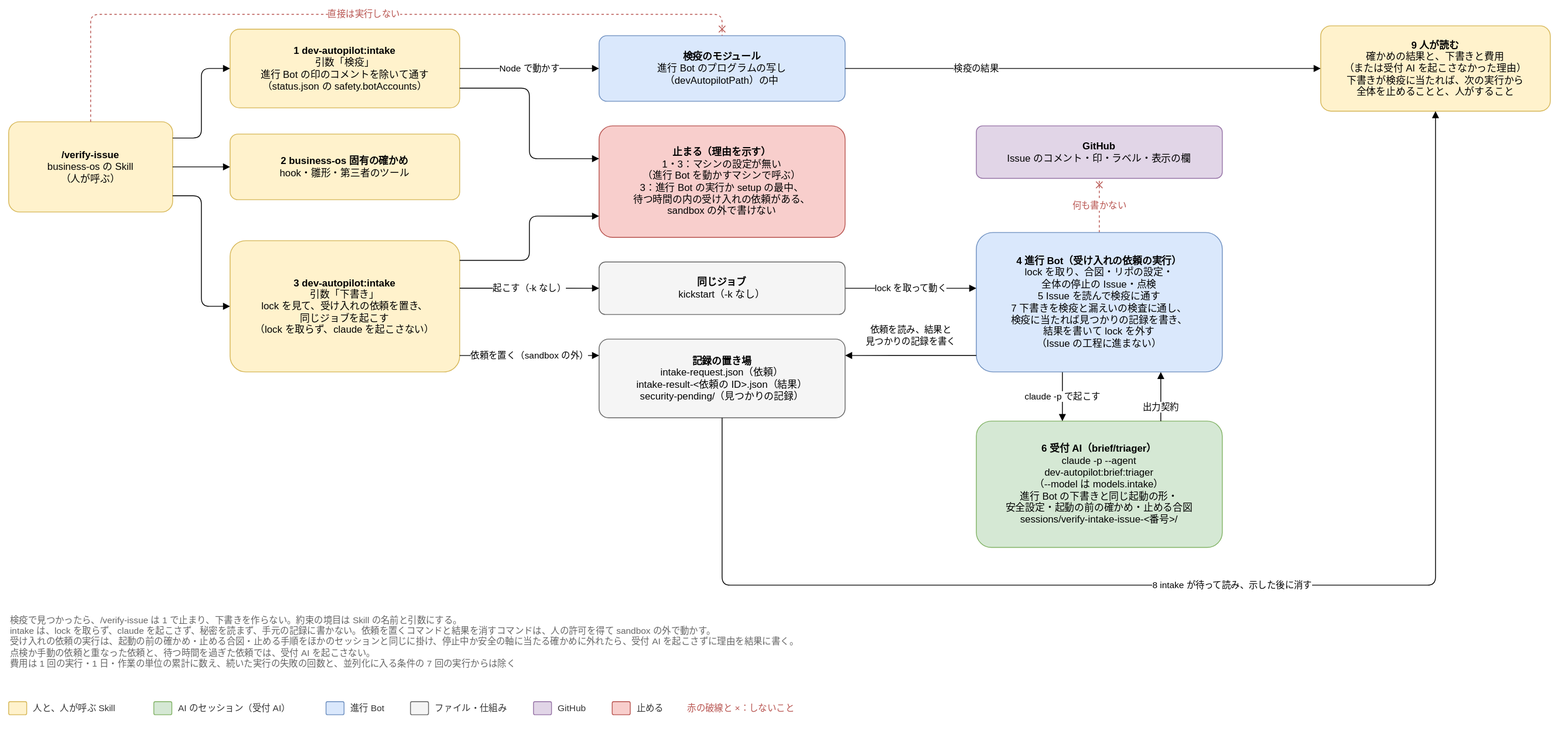
Above: docs/design/basic/diagrams/03-human-intake.drawio.svg in Joymerrevent/dev-autopilot (draw.io), before the change. Source tidied: cells renumbered, new cells last; positions are measured from the earlier drawing's top-left corner, leaving out a move shared by most shapes.
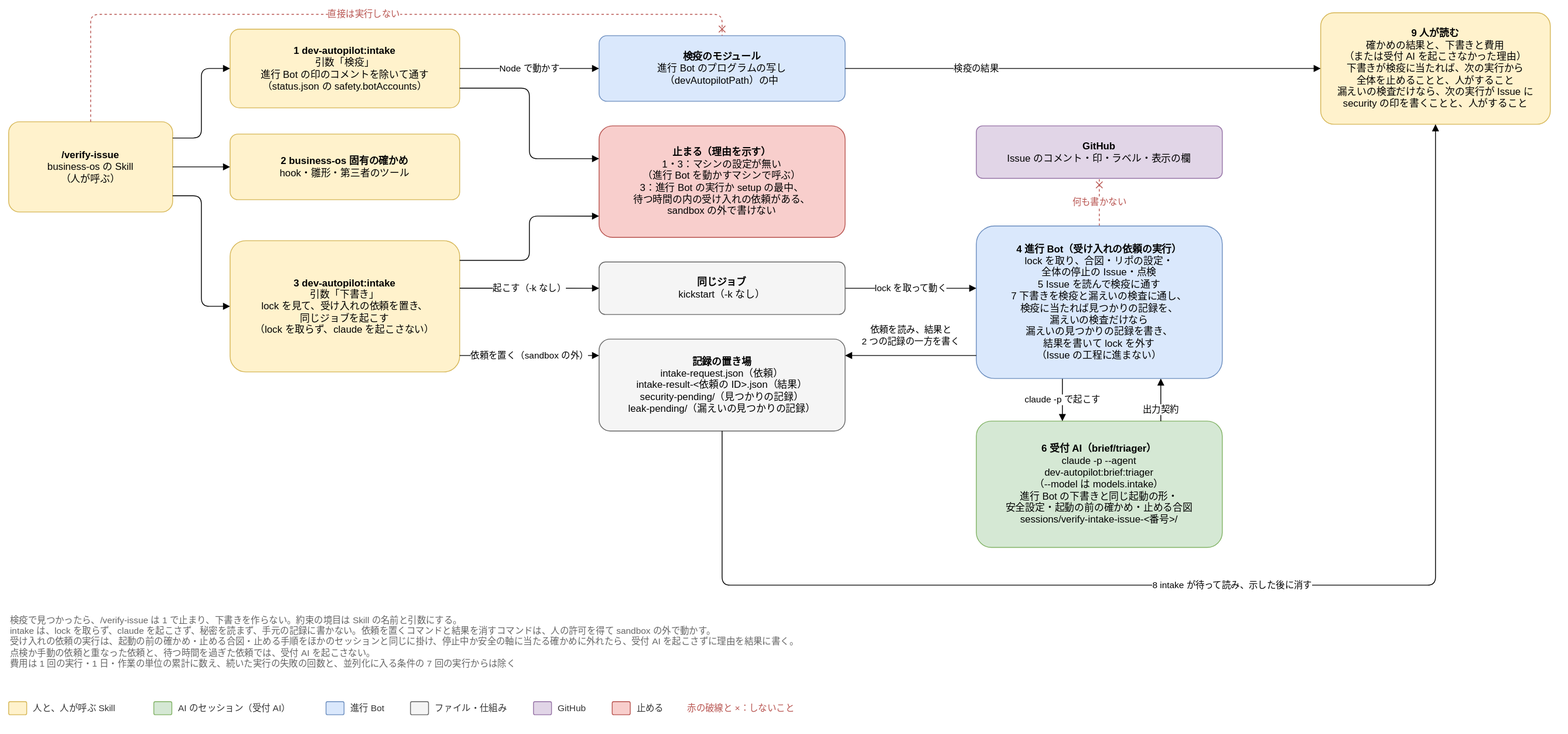
After the commit.

The edit, as a diff of the source:
```diff
@@ -20,8 +20,8 @@
     <mxCell id="7" value="&lt;b&gt;6 受付 AI（brief/triager）&lt;/b&gt;&lt;br&gt;claude -p --agent&lt;br&gt;dev-autopilot:brief:triager&lt;br&gt;（--model は models.intake）&lt;br&gt;進行 Bot の下書きと同じ起動の形・&lt;br&gt;安全設定・起動の前の確かめ・止める合図&lt;br&gt;sessions/verify-intake-issue-&amp;lt;番号&amp;gt;/" style="rounded=1;whiteSpace=wrap;html=1;fontSize=12;arcSize=12;spacing=12;fillColor=#d5e8d4;strokeColor=#82b366;" parent="1" vertex="1">
       <mxGeometry x="1180" y="496" width="300" height="154" as="geometry" />
     </mxCell>
-    <mxCell id="8" value="&lt;b&gt;9 人が読む&lt;/b&gt;&lt;br&gt;確かめの結果と、下書きと費用&lt;br&gt;（または受付 AI を起こさなかった理由）&lt;br&gt;下書きが検疫に当たれば、次の実行から&lt;br&gt;全体を止めることと、人がすること" style="rounded=1;whiteSpace=wrap;html=1;fontSize=12;arcSize=12;spacing=12;fillColor=#fff2cc;strokeColor=#d6b656;" parent="1" vertex="1">
-      <mxGeometry x="1600" y="14" width="280" height="104" as="geometry" />
+    <mxCell id="8" value="&lt;b&gt;9 人が読む&lt;/b&gt;&lt;br&gt;確かめの結果と、下書きと費用&lt;br&gt;（または受付 AI を起こさなかった理由）&lt;br&gt;下書きが検疫に当たれば、次の実行から&lt;br&gt;全体を止めることと、人がすること&lt;br&gt;漏えいの検査だけなら、次の実行が Issue に&lt;br&gt;security の印を書くことと、人がすること" style="rounded=1;whiteSpace=wrap;html=1;fontSize=12;arcSize=12;spacing=12;fillColor=#fff2cc;strokeColor=#d6b656;" parent="1" vertex="1">
+      <mxGeometry x="1600" y="-2" width="280" height="136" as="geometry" />
     </mxCell>
     <mxCell id="9" value="&lt;b&gt;GitHub&lt;/b&gt;&lt;br&gt;Issue のコメント・印・ラベル・表示の欄" style="rounded=1;whiteSpace=wrap;html=1;fontSize=12;arcSize=12;spacing=12;fillColor=#e1d5e7;strokeColor=#9673a6;" parent="1" vertex="1">
       <mxGeometry x="1180" y="136" width="300" height="64" as="geometry" />
@@ -67,10 +67,10 @@
     <mxCell id="21" value="&lt;b&gt;止まる（理由を示す）&lt;/b&gt;&lt;br&gt;1・3：マシンの設定が無い&lt;br&gt;（進行 Bot を動かすマシンで呼ぶ）&lt;br&gt;3：進行 Bot の実行か setup の最中、&lt;br&gt;待つ時間の内の受け入れの依頼がある、&lt;br&gt;sandbox の外で書けない" style="rounded=1;whiteSpace=wrap;html=1;fontSize=12;arcSize=12;spacing=12;fillColor=#f8cecc;strokeColor=#b85450;" parent="1" vertex="1">
       <mxGeometry x="720" y="136" width="300" height="136" as="geometry" />
     </mxCell>
-    <mxCell id="22" value="&lt;b&gt;4 進行 Bot（受け入れの依頼の実行）&lt;/b&gt;&lt;br&gt;lock を取り、合図・リポの設定・&lt;br&gt;全体の停止の Issue・点検&lt;br&gt;5 Issue を読んで検疫に通す&lt;br&gt;7 下書きを検疫と漏えいの検査に通し、&lt;br&gt;検疫に当たれば見つかりの記録を書き、&lt;br&gt;結果を書いて lock を外す&lt;br&gt;（Issue の工程に進まない）" style="rounded=1;whiteSpace=wrap;html=1;fontSize=12;arcSize=12;spacing=12;fillColor=#dae8fc;strokeColor=#6c8ebf;" parent="1" vertex="1">
-      <mxGeometry x="1180" y="266" width="300" height="170" as="geometry" />
+    <mxCell id="22" value="&lt;b&gt;4 進行 Bot（受け入れの依頼の実行）&lt;/b&gt;&lt;br&gt;lock を取り、合図・リポの設定・&lt;br&gt;全体の停止の Issue・点検&lt;br&gt;5 Issue を読んで検疫に通す&lt;br&gt;7 下書きを検疫と漏えいの検査に通し、&lt;br&gt;検疫に当たれば見つかりの記録を、&lt;br&gt;漏えいの検査だけなら&lt;br&gt;漏えいの見つかりの記録を書き、&lt;br&gt;結果を書いて lock を外す&lt;br&gt;（Issue の工程に進まない）" style="rounded=1;whiteSpace=wrap;html=1;fontSize=12;arcSize=12;spacing=12;fillColor=#dae8fc;strokeColor=#6c8ebf;" parent="1" vertex="1">
+      <mxGeometry x="1180" y="258" width="300" height="186" as="geometry" />
     </mxCell>
-    <mxCell id="23" value="lock を取って動く" style="edgeStyle=orthogonalEdgeStyle;rounded=1;html=1;endArrow=block;endFill=1;fontSize=11;labelBackgroundColor=#ffffff;exitX=1;exitY=0.5;exitDx=0;exitDy=0;entryX=0;entryY=0.4;entryDx=0;entryDy=0;" parent="1" edge="1" source="26" target="22">
+    <mxCell id="23" value="lock を取って動く" style="edgeStyle=orthogonalEdgeStyle;rounded=1;html=1;endArrow=block;endFill=1;fontSize=11;labelBackgroundColor=#ffffff;exitX=1;exitY=0.5;exitDx=0;exitDy=0;entryX=0;entryY=0.4086;entryDx=0;entryDy=0;" parent="1" edge="1" source="26" target="22">
       <mxGeometry relative="1" as="geometry" />
     </mxCell>
     <mxCell id="24" style="edgeStyle=orthogonalEdgeStyle;rounded=1;html=1;endArrow=block;endFill=1;fontSize=11;labelBackgroundColor=#ffffff;exitX=1;exitY=0.75;exitDx=0;exitDy=0;entryX=0;entryY=0.294;entryDx=0;entryDy=0;" parent="1" edge="1" source="3" target="21">
@@ -92,16 +92,16 @@
     <mxCell id="26" value="&lt;b&gt;同じジョブ&lt;/b&gt;&lt;br&gt;kickstart（-k なし）" style="rounded=1;whiteSpace=wrap;html=1;fontSize=12;arcSize=12;spacing=12;fillColor=#f5f5f5;strokeColor=#666666;" parent="1" vertex="1">
       <mxGeometry x="720" y="302" width="300" height="64" as="geometry" />
     </mxCell>
-    <mxCell id="27" value="&lt;b&gt;記録の置き場&lt;/b&gt;&lt;br&gt;intake-request.json（依頼）&lt;br&gt;intake-result-&amp;lt;依頼の ID&amp;gt;.json（結果）&lt;br&gt;security-pending/（見つかりの記録）" style="rounded=1;whiteSpace=wrap;html=1;fontSize=12;arcSize=12;spacing=12;fillColor=#f5f5f5;strokeColor=#666666;" parent="1" vertex="1">
-      <mxGeometry x="720" y="396" width="300" height="96" as="geometry" />
+    <mxCell id="27" value="&lt;b&gt;記録の置き場&lt;/b&gt;&lt;br&gt;intake-request.json（依頼）&lt;br&gt;intake-result-&amp;lt;依頼の ID&amp;gt;.json（結果）&lt;br&gt;security-pending/（見つかりの記録）&lt;br&gt;leak-pending/（漏えいの見つかりの記録）" style="rounded=1;whiteSpace=wrap;html=1;fontSize=12;arcSize=12;spacing=12;fillColor=#f5f5f5;strokeColor=#666666;" parent="1" vertex="1">
+      <mxGeometry x="720" y="396" width="300" height="112" as="geometry" />
     </mxCell>
-    <mxCell id="28" value="依頼を置く（sandbox の外）" style="edgeStyle=orthogonalEdgeStyle;rounded=1;html=1;endArrow=block;endFill=1;fontSize=11;labelBackgroundColor=#ffffff;exitX=1;exitY=0.875;exitDx=0;exitDy=0;entryX=0;entryY=0.208;entryDx=0;entryDy=0;" parent="1" edge="1" source="5" target="27">
+    <mxCell id="28" value="依頼を置く（sandbox の外）" style="edgeStyle=orthogonalEdgeStyle;rounded=1;html=1;endArrow=block;endFill=1;fontSize=11;labelBackgroundColor=#ffffff;exitX=1;exitY=0.875;exitDx=0;exitDy=0;entryX=0;entryY=0.1786;entryDx=0;entryDy=0;" parent="1" edge="1" source="5" target="27">
       <mxGeometry relative="1" as="geometry" />
     </mxCell>
     <mxCell id="29" value="起こす（-k なし）" style="edgeStyle=orthogonalEdgeStyle;rounded=1;html=1;endArrow=block;endFill=1;fontSize=11;labelBackgroundColor=#ffffff;exitX=1;exitY=0.362;exitDx=0;exitDy=0;entryX=0;entryY=0.5;entryDx=0;entryDy=0;" parent="1" edge="1" source="5" target="26">
       <mxGeometry relative="1" as="geometry" />
     </mxCell>
-    <mxCell id="30" value="依頼を読み、結果と&lt;br&gt;見つかりの記録を書く" style="edgeStyle=orthogonalEdgeStyle;rounded=1;html=1;endArrow=block;endFill=1;fontSize=11;labelBackgroundColor=#ffffff;exitX=0;exitY=0.882;exitDx=0;exitDy=0;entryX=1;entryY=0.208;entryDx=0;entryDy=0;" parent="1" edge="1" source="22" target="27">
+    <mxCell id="30" value="依頼を読み、結果と&lt;br&gt;2 つの記録の一方を書く" style="edgeStyle=orthogonalEdgeStyle;rounded=1;html=1;endArrow=block;endFill=1;fontSize=11;labelBackgroundColor=#ffffff;exitX=0;exitY=0.8495;exitDx=0;exitDy=0;entryX=1;entryY=0.1786;entryDx=0;entryDy=0;" parent="1" edge="1" source="22" target="27">
       <mxGeometry relative="1" as="geometry">
         <mxPoint y="-24" as="offset" />
       </mxGeometry>
```
